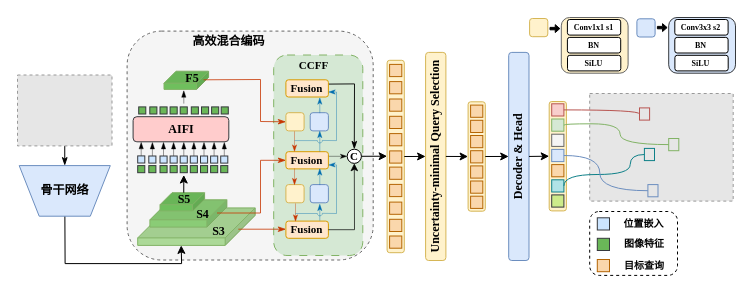
DingDongZz/typera_PicGO keeps this draw.io diagram as DrawIO_file/流程图/RT-DETR.drawio. Above is the earlier version. Source tidied: cells renumbered, new cells numbered last; positions are measured from the earlier drawing's top-left corner, leaving out a move shared by most shapes. Both pictures are drawn from the tidied source at 100%, with x=0, y=0 at pixel (17, 17). Pictures stored in the file or linked from it are replaced by grey dashed boxes.
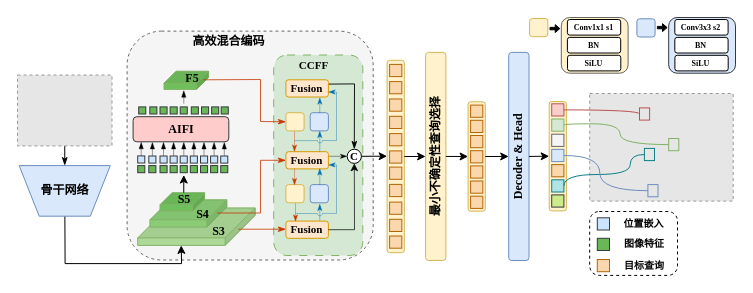
Above is the later version.

Unchanged cells that the change refers to:
```xml
<mxCell id="2" style="group;fontFamily=Times New Roman;" parent="1" vertex="1">
  <mxGeometry width="718" height="257.9" as="geometry" />
</mxCell>
```

The edit, as a diff of the source:
```diff
@@
-    <mxCell id="17" value="&lt;font&gt;Uncertainty-minimal Query Selection&lt;/font&gt;" style="rounded=1;whiteSpace=wrap;html=1;verticalAlign=middle;horizontal=0;fillColor=#fff2cc;strokeColor=#d6b656;fontFamily=Times New Roman;fontStyle=1;" parent="2" vertex="1">
+    <mxCell id="17" value="&lt;font face=&quot;宋体&quot;&gt;最小不确定性查询选择&lt;/font&gt;" style="rounded=1;whiteSpace=wrap;html=1;verticalAlign=middle;horizontal=0;fillColor=#fff2cc;strokeColor=#d6b656;fontFamily=Times New Roman;fontStyle=1;" parent="2" vertex="1">
       <mxGeometry x="408.1" y="34.9" width="20.3" height="208.1" as="geometry" />
     </mxCell>
```
